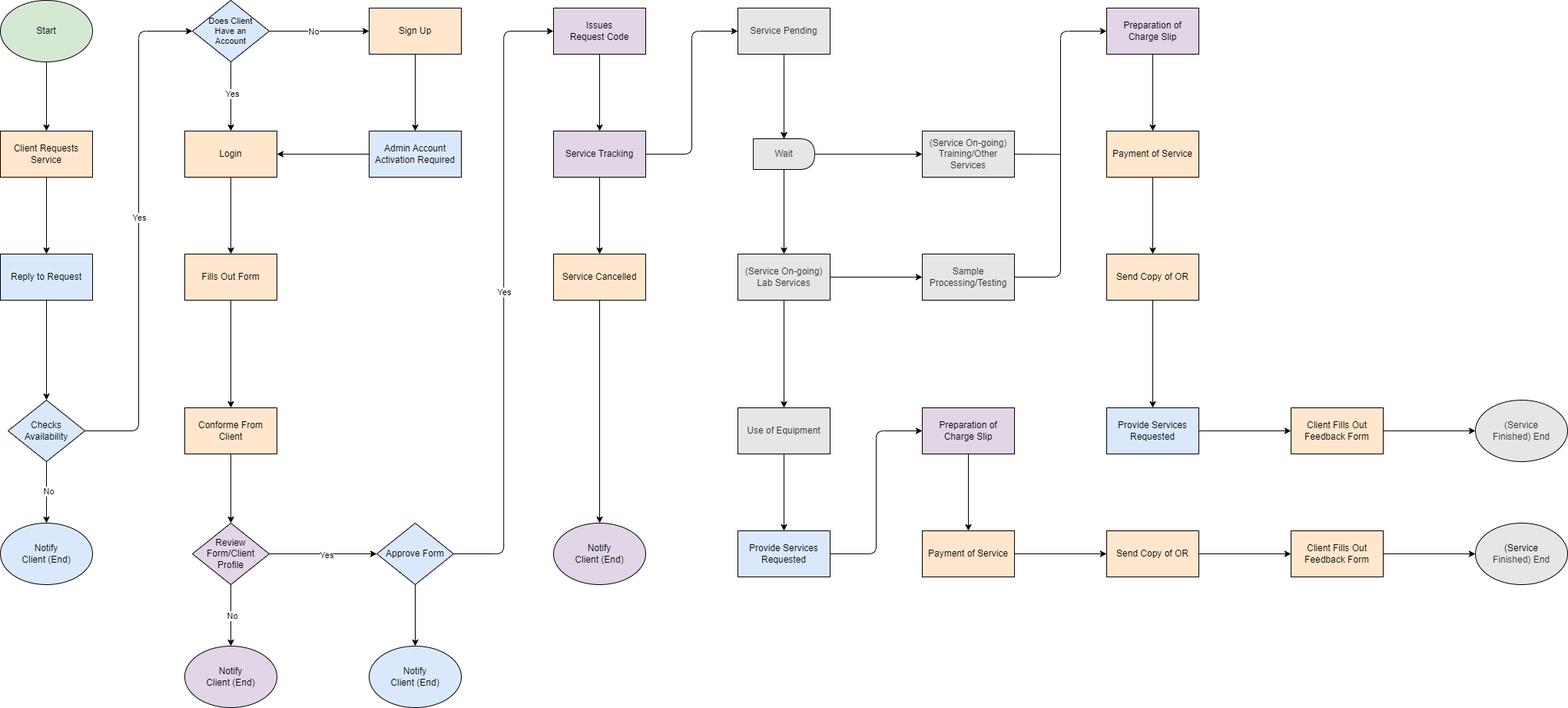
Earlier version of the draw.io export TUKIB Paper/figures/process_flow_diagram.png (kazeulo/TUKIB-SP). Source tidied: cells renumbered, new cells last; positions are measured from the earlier drawing's top-left corner, leaving out a move shared by most shapes.
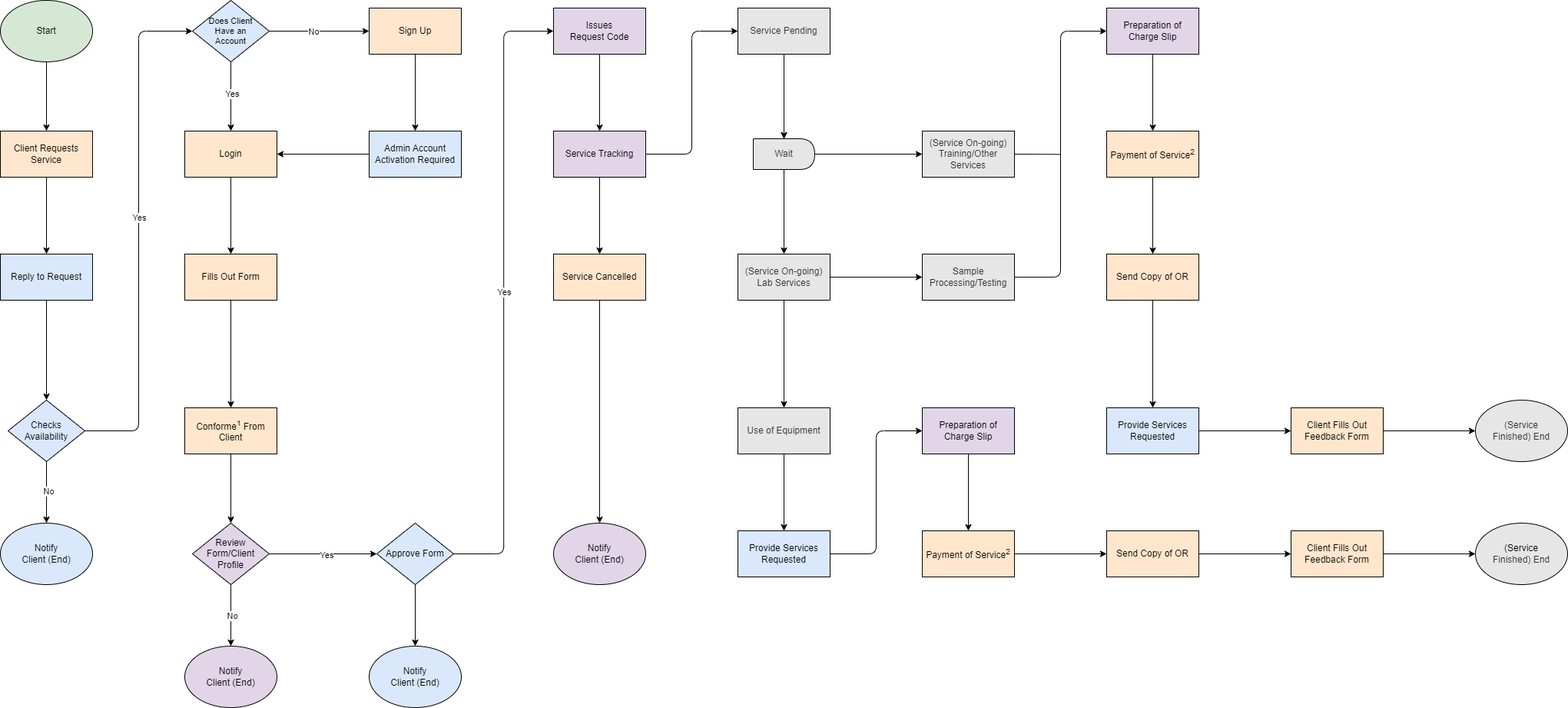
Later version of the same file.

Commit message:
update process flow

Change to the diagram source:
```diff
@@ -86,7 +86,7 @@
     <mxCell id="27" style="edgeStyle=none;html=1;entryX=0.5;entryY=0;entryDx=0;entryDy=0;" parent="1" edge="1" source="28" target="33">
       <mxGeometry relative="1" as="geometry" />
     </mxCell>
-    <mxCell id="28" value="Conforme From Client" style="rounded=0;whiteSpace=wrap;html=1;fillColor=#ffe6cc;strokeColor=#000000;" parent="1" vertex="1">
+    <mxCell id="28" value="Conforme&lt;sup&gt;1&lt;/sup&gt; From Client" style="rounded=0;whiteSpace=wrap;html=1;fillColor=#ffe6cc;strokeColor=#000000;" parent="1" vertex="1">
       <mxGeometry x="240" y="530" width="120" height="60" as="geometry" />
     </mxCell>
     <mxCell id="29" style="edgeStyle=none;html=1;entryX=0.5;entryY=0;entryDx=0;entryDy=0;" parent="1" edge="1" source="33" target="34">
@@ -214,7 +214,7 @@
     <mxCell id="67" style="edgeStyle=none;html=1;entryX=0;entryY=0.5;entryDx=0;entryDy=0;" parent="1" edge="1" source="68" target="78">
       <mxGeometry relative="1" as="geometry" />
     </mxCell>
-    <mxCell id="68" value="Payment of Service" style="rounded=0;whiteSpace=wrap;html=1;fillColor=#ffe6cc;strokeColor=#000000;" parent="1" vertex="1">
+    <mxCell id="68" value="Payment of Service&lt;sup&gt;2&lt;/sup&gt;" style="rounded=0;whiteSpace=wrap;html=1;fillColor=#ffe6cc;strokeColor=#000000;" parent="1" vertex="1">
       <mxGeometry x="1200" y="690" width="120" height="60" as="geometry" />
     </mxCell>
     <mxCell id="69" style="edgeStyle=none;html=1;exitX=0.5;exitY=1;exitDx=0;exitDy=0;entryX=0.5;entryY=0;entryDx=0;entryDy=0;" parent="1" edge="1" source="70" target="72">
@@ -226,7 +226,7 @@
     <mxCell id="71" style="edgeStyle=none;html=1;entryX=0.5;entryY=0;entryDx=0;entryDy=0;" parent="1" edge="1" source="72" target="74">
       <mxGeometry relative="1" as="geometry" />
     </mxCell>
-    <mxCell id="72" value="Payment of Service" style="rounded=0;whiteSpace=wrap;html=1;fillColor=#ffe6cc;strokeColor=#000000;" parent="1" vertex="1">
+    <mxCell id="72" value="Payment of Service&lt;sup&gt;2&lt;/sup&gt;" style="rounded=0;whiteSpace=wrap;html=1;fillColor=#ffe6cc;strokeColor=#000000;" parent="1" vertex="1">
       <mxGeometry x="1440" y="170" width="120" height="60" as="geometry" />
     </mxCell>
     <mxCell id="73" style="edgeStyle=none;html=1;entryX=0.5;entryY=0;entryDx=0;entryDy=0;" parent="1" edge="1" source="74" target="76">
```
